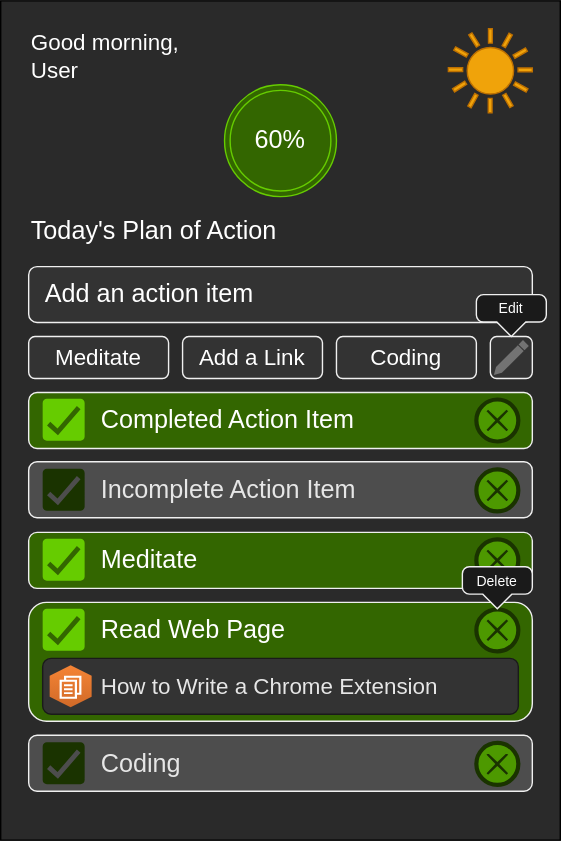
Before: docs/Wireframe.LoFi.drawio.svg, a diagram exported from draw.io (Leif-W/webext-rocket-planner). Source tidied: cells renumbered, new cells last; positions are measured from the earlier drawing's top-left corner, leaving out a move shared by most shapes.
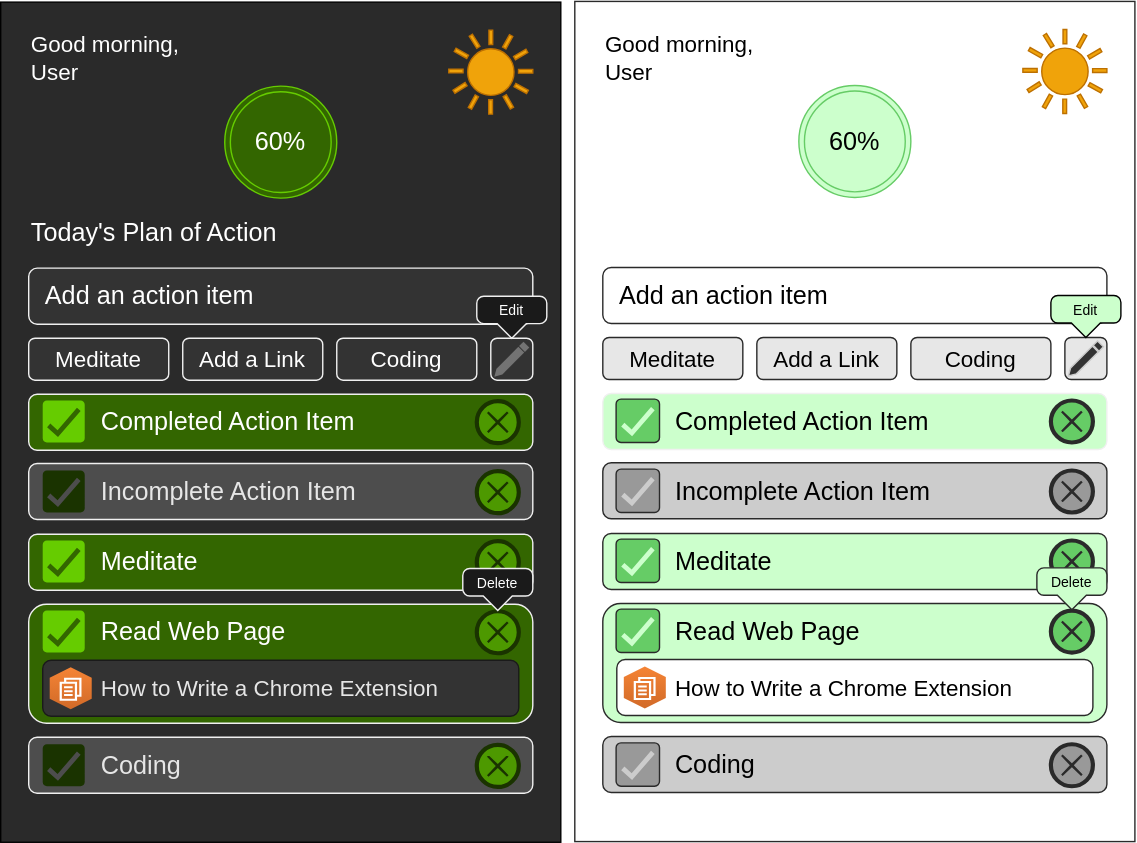
Above is the later version.

Commit message:
Wireframe: Add Light Mode Theme

Diff of the diagram source:
```diff
@@ -125,5 +125,128 @@
     <mxCell id="42" style="shape=mxgraph.bpmn.shape;html=1;verticalLabelPosition=bottom;labelBackgroundColor=none;verticalAlign=top;align=center;perimeter=ellipsePerimeter;outline=end;symbol=cancel;fontSize=18;noLabel=1;fontColor=none;fillColor=#4D9900;strokeColor=#1A3300;" parent="1" vertex="1">
       <mxGeometry x="340" y="530.5" width="30" height="30" as="geometry" />
     </mxCell>
+    <mxCell id="43" style="rounded=0;whiteSpace=wrap;html=1;labelBackgroundColor=none;noLabel=1;fontColor=none;fillColor=#FFFFFF;strokeColor=#2A2A2A;" parent="1" vertex="1">
+      <mxGeometry x="410" y="-0.5" width="400" height="600" as="geometry" />
+    </mxCell>
+    <mxCell id="44" value="Good morning," style="text;html=1;strokeColor=none;fillColor=none;align=left;verticalAlign=middle;whiteSpace=wrap;rounded=0;fontSize=16;fontColor=#000000;" parent="1" vertex="1">
+      <mxGeometry x="430" y="19.5" width="130" height="20" as="geometry" />
+    </mxCell>
+    <mxCell id="45" value="&lt;span style=&quot;font-size: 16px;&quot;&gt;User&lt;/span&gt;" style="text;html=1;strokeColor=none;fillColor=none;align=left;verticalAlign=middle;whiteSpace=wrap;rounded=0;fontSize=16;fontColor=#000000;" parent="1" vertex="1">
+      <mxGeometry x="430" y="39.5" width="130" height="20" as="geometry" />
+    </mxCell>
+    <mxCell id="46" value="60%" style="ellipse;shape=doubleEllipse;whiteSpace=wrap;html=1;labelBackgroundColor=none;fontSize=18;align=center;fillColor=#CCFFCC;fontColor=#000000;strokeColor=#66CC66;" parent="1" vertex="1">
+      <mxGeometry x="570" y="59.5" width="80" height="80" as="geometry" />
+    </mxCell>
+    <mxCell id="47" style="shape=mxgraph.signs.nature.sun_4;fillColor=#f0a30a;strokeColor=#BD7000;verticalLabelPosition=bottom;verticalAlign=top;align=center;labelBackgroundColor=none;fontSize=14;noLabel=1;fontColor=none;" parent="1" vertex="1">
+      <mxGeometry x="730" y="19.5" width="60" height="60" as="geometry" />
+    </mxCell>
+    <mxCell id="48" value="Today's Plan of Action" style="text;html=1;strokeColor=none;fillColor=none;align=left;verticalAlign=middle;whiteSpace=wrap;rounded=0;labelBackgroundColor=none;fontSize=18;fontColor=#FFFFFF;" parent="1" vertex="1">
+      <mxGeometry x="430" y="149.5" width="190" height="30" as="geometry" />
+    </mxCell>
+    <mxCell id="49" style="rounded=1;labelBackgroundColor=none;fontSize=18;align=center;fillColor=#FFFFFF;strokeColor=#2A2A2A;noLabel=1;fontColor=none;" parent="1" vertex="1">
+      <mxGeometry x="430" y="189.5" width="360" height="40" as="geometry" />
+    </mxCell>
+    <mxCell id="50" value="Add an action item" style="text;html=1;strokeColor=none;fillColor=none;align=left;verticalAlign=middle;whiteSpace=wrap;rounded=0;labelBackgroundColor=none;fontSize=18;fontColor=#000000;" parent="1" vertex="1">
+      <mxGeometry x="440" y="199.5" width="340" height="20" as="geometry" />
+    </mxCell>
+    <mxCell id="51" style="rounded=1;labelBackgroundColor=none;fontSize=18;align=center;noLabel=1;fontColor=none;fillColor=#E7E7E7;strokeColor=#2A2A2A;" parent="1" vertex="1">
+      <mxGeometry x="430" y="239.5" width="100" height="30" as="geometry" />
+    </mxCell>
+    <mxCell id="52" value="Meditate" style="text;html=1;strokeColor=none;fillColor=none;align=center;verticalAlign=middle;whiteSpace=wrap;rounded=0;labelBackgroundColor=none;fontSize=16;fontColor=#000000;" parent="1" vertex="1">
+      <mxGeometry x="440" y="244.5" width="80" height="20" as="geometry" />
+    </mxCell>
+    <mxCell id="53" style="rounded=1;labelBackgroundColor=none;fontSize=18;align=center;noLabel=1;fontColor=none;fillColor=#E7E7E7;strokeColor=#2A2A2A;" parent="1" vertex="1">
+      <mxGeometry x="540" y="239.5" width="100" height="30" as="geometry" />
+    </mxCell>
+    <mxCell id="54" value="Add a Link" style="text;html=1;strokeColor=none;fillColor=none;align=center;verticalAlign=middle;whiteSpace=wrap;rounded=0;labelBackgroundColor=none;fontSize=16;fontColor=#000000;" parent="1" vertex="1">
+      <mxGeometry x="550" y="244.5" width="80" height="20" as="geometry" />
+    </mxCell>
+    <mxCell id="55" style="rounded=1;labelBackgroundColor=none;fontSize=18;align=center;noLabel=1;fontColor=none;fillColor=#E7E7E7;strokeColor=#2A2A2A;" parent="1" vertex="1">
+      <mxGeometry x="650" y="239.5" width="100" height="30" as="geometry" />
+    </mxCell>
+    <mxCell id="56" value="Coding" style="text;html=1;strokeColor=none;fillColor=none;align=center;verticalAlign=middle;whiteSpace=wrap;rounded=0;labelBackgroundColor=none;fontSize=16;fontColor=#000000;" parent="1" vertex="1">
+      <mxGeometry x="660" y="244.5" width="80" height="20" as="geometry" />
+    </mxCell>
+    <mxCell id="57" style="rounded=1;labelBackgroundColor=none;fontSize=16;align=center;noLabel=1;verticalAlign=middle;fillColor=#E7E7E7;strokeColor=#2A2A2A;" parent="1" vertex="1">
+      <mxGeometry x="760" y="239.5" width="30" height="30" as="geometry" />
+    </mxCell>
+    <mxCell id="58" style="dashed=0;verticalLabelPosition=bottom;verticalAlign=top;align=center;shape=mxgraph.gmdl.edit;shadow=0;labelBackgroundColor=none;fontSize=16;fillColor=#333333;strokeColor=#CCCCCC;noLabel=1;fontColor=none;" parent="1" vertex="1">
+      <mxGeometry x="762.5" y="242" width="25" height="25" as="geometry" />
+    </mxCell>
+    <mxCell id="59" value="Edit" style="html=1;shadow=0;dashed=0;shape=mxgraph.bootstrap.popover;dx=24.98;dy=10.37;rSize=5;whiteSpace=wrap;verticalAlign=top;spacing=10;fontSize=10;spacingLeft=0;align=center;spacingTop=-10;labelBackgroundColor=none;labelBorderColor=none;strokeColor=#000000;fontColor=#000000;fillColor=#CCFFCC;" parent="1" vertex="1">
+      <mxGeometry x="750" y="209.5" width="50" height="30" as="geometry" />
+    </mxCell>
+    <mxCell id="60" style="rounded=1;labelBackgroundColor=none;fontSize=18;align=center;strokeColor=#F0F0F0;noLabel=1;fontColor=none;fillColor=#CCFFCC;" parent="1" vertex="1">
+      <mxGeometry x="430" y="279.5" width="360" height="40" as="geometry" />
+    </mxCell>
+    <mxCell id="61" style="dashed=0;labelPosition=center;align=center;shape=mxgraph.gmdl.checkbox;strokeWidth=2;labelBackgroundColor=none;fontSize=10;noLabel=1;strokeColor=#2A2A2A;fillColor=#66CC66;verticalLabelPosition=middle;verticalAlign=middle;fontColor=none;" parent="1" vertex="1">
+      <mxGeometry x="440" y="284" width="30" height="30" as="geometry" />
+    </mxCell>
+    <mxCell id="62" style="rounded=1;labelBackgroundColor=none;fontSize=18;align=center;strokeColor=#2A2A2A;fillColor=#CCCCCC;noLabel=1;fontColor=none;" parent="1" vertex="1">
+      <mxGeometry x="430" y="329" width="360" height="40" as="geometry" />
+    </mxCell>
+    <mxCell id="63" style="dashed=0;labelPosition=center;align=center;shape=mxgraph.gmdl.checkbox;strokeWidth=2;labelBackgroundColor=none;fontSize=10;noLabel=1;fontColor=none;strokeColor=#2A2A2A;fillColor=#999999;verticalLabelPosition=middle;verticalAlign=middle;" parent="1" vertex="1">
+      <mxGeometry x="440" y="334" width="30" height="30" as="geometry" />
+    </mxCell>
+    <mxCell id="64" value="Completed Action Item" style="text;html=1;strokeColor=none;fillColor=none;align=left;verticalAlign=middle;whiteSpace=wrap;rounded=0;labelBackgroundColor=none;fontSize=18;fontColor=#000000;" parent="1" vertex="1">
+      <mxGeometry x="480" y="289.5" width="260" height="20" as="geometry" />
+    </mxCell>
+    <mxCell id="65" value="&lt;font&gt;Incomplete Action Item&lt;/font&gt;" style="text;html=1;strokeColor=none;fillColor=none;align=left;verticalAlign=middle;whiteSpace=wrap;rounded=0;labelBackgroundColor=none;fontSize=18;fontColor=#000000;" parent="1" vertex="1">
+      <mxGeometry x="480" y="339.5" width="260" height="20" as="geometry" />
+    </mxCell>
+    <mxCell id="66" style="shape=mxgraph.bpmn.shape;verticalLabelPosition=middle;labelBackgroundColor=none;verticalAlign=middle;align=center;perimeter=ellipsePerimeter;outline=end;symbol=cancel;fontSize=18;noLabel=1;fontColor=none;strokeColor=#2A2A2A;fillColor=#66CC66;labelPosition=center;" parent="1" vertex="1">
+      <mxGeometry x="750" y="284.5" width="30" height="30" as="geometry" />
+    </mxCell>
+    <mxCell id="67" style="shape=mxgraph.bpmn.shape;verticalLabelPosition=middle;labelBackgroundColor=none;verticalAlign=middle;align=center;perimeter=ellipsePerimeter;outline=end;symbol=cancel;fontSize=18;noLabel=1;fontColor=none;strokeColor=#2A2A2A;fillColor=#999999;labelPosition=center;" parent="1" vertex="1">
+      <mxGeometry x="750" y="334.5" width="30" height="30" as="geometry" />
+    </mxCell>
+    <mxCell id="68" style="rounded=1;labelBackgroundColor=none;fontSize=18;align=center;noLabel=1;fontColor=none;strokeColor=#2A2A2A;fillColor=#CCFFCC;" parent="1" vertex="1">
+      <mxGeometry x="430" y="379.5" width="360" height="40" as="geometry" />
+    </mxCell>
+    <mxCell id="69" style="dashed=0;labelPosition=center;align=center;shape=mxgraph.gmdl.checkbox;strokeWidth=2;labelBackgroundColor=none;fontSize=10;noLabel=1;fontColor=none;verticalLabelPosition=middle;verticalAlign=middle;strokeColor=#2A2A2A;fillColor=#66CC66;" parent="1" vertex="1">
+      <mxGeometry x="440" y="384" width="30" height="30" as="geometry" />
+    </mxCell>
+    <mxCell id="70" value="Meditate" style="text;html=1;strokeColor=none;fillColor=none;align=left;verticalAlign=middle;whiteSpace=wrap;rounded=0;labelBackgroundColor=none;fontSize=18;fontColor=#000000;" parent="1" vertex="1">
+      <mxGeometry x="480" y="389.5" width="260" height="20" as="geometry" />
+    </mxCell>
+    <mxCell id="71" style="shape=mxgraph.bpmn.shape;verticalLabelPosition=middle;labelBackgroundColor=none;verticalAlign=middle;align=center;perimeter=ellipsePerimeter;outline=end;symbol=cancel;fontSize=18;noLabel=1;fontColor=none;labelPosition=center;strokeColor=#2A2A2A;fillColor=#66CC66;" parent="1" vertex="1">
+      <mxGeometry x="750" y="384.5" width="30" height="30" as="geometry" />
+    </mxCell>
+    <mxCell id="72" style="rounded=1;labelBackgroundColor=none;fontSize=18;align=center;noLabel=1;fontColor=none;strokeColor=#2A2A2A;fillColor=#CCFFCC;" parent="1" vertex="1">
+      <mxGeometry x="430" y="429.5" width="360" height="85" as="geometry" />
+    </mxCell>
+    <mxCell id="73" style="dashed=0;labelPosition=center;align=center;shape=mxgraph.gmdl.checkbox;strokeWidth=2;labelBackgroundColor=none;fontSize=10;noLabel=1;fontColor=none;verticalLabelPosition=middle;verticalAlign=middle;strokeColor=#2A2A2A;fillColor=#66CC66;" parent="1" vertex="1">
+      <mxGeometry x="440" y="434" width="30" height="30" as="geometry" />
+    </mxCell>
+    <mxCell id="74" value="Read Web Page" style="text;html=1;strokeColor=none;fillColor=none;align=left;verticalAlign=middle;whiteSpace=wrap;rounded=0;labelBackgroundColor=none;fontSize=18;fontColor=#000000;" parent="1" vertex="1">
+      <mxGeometry x="480" y="439.5" width="260" height="20" as="geometry" />
+    </mxCell>
+    <mxCell id="75" style="shape=mxgraph.bpmn.shape;verticalLabelPosition=middle;labelBackgroundColor=none;verticalAlign=middle;align=center;perimeter=ellipsePerimeter;outline=end;symbol=cancel;fontSize=18;noLabel=1;fontColor=none;labelPosition=center;strokeColor=#2A2A2A;fillColor=#66CC66;" parent="1" vertex="1">
+      <mxGeometry x="750" y="434.5" width="30" height="30" as="geometry" />
+    </mxCell>
+    <mxCell id="76" style="rounded=1;labelBackgroundColor=none;fontSize=18;align=center;noLabel=1;fontColor=none;strokeColor=#2A2A2A;fillColor=#FFFFFF;" parent="1" vertex="1">
+      <mxGeometry x="440" y="469.5" width="340" height="40" as="geometry" />
+    </mxCell>
+    <mxCell id="77" value="How to Write a Chrome Extension" style="text;html=1;strokeColor=none;fillColor=none;align=left;verticalAlign=middle;whiteSpace=wrap;rounded=0;labelBackgroundColor=none;fontSize=16;fontColor=#000000;" parent="1" vertex="1">
+      <mxGeometry x="480" y="479.5" width="290" height="20" as="geometry" />
+    </mxCell>
+    <mxCell id="78" style="dashed=0;verticalLabelPosition=middle;verticalAlign=middle;align=center;shape=mxgraph.aws3.workdocs;fillColor=#D16A28;gradientColor=#F58435;gradientDirection=north;labelBackgroundColor=none;strokeColor=#1A1A1A;fontSize=16;labelPosition=center;noLabel=1;fontColor=none;" parent="1" vertex="1">
+      <mxGeometry x="445" y="474.5" width="30" height="30" as="geometry" />
+    </mxCell>
+    <mxCell id="79" value="Delete" style="html=1;shadow=0;dashed=0;shape=mxgraph.bootstrap.popover;dx=24.98;dy=10.37;rSize=5;whiteSpace=wrap;verticalAlign=top;spacing=10;fontSize=10;spacingLeft=0;align=center;spacingTop=-10;labelBackgroundColor=none;labelBorderColor=none;fontColor=#000000;fillColor=#CCFFCC;strokeColor=#2A2A2A;" parent="1" vertex="1">
+      <mxGeometry x="740" y="404" width="50" height="30" as="geometry" />
+    </mxCell>
+    <mxCell id="80" style="rounded=1;labelBackgroundColor=none;fontSize=18;align=center;noLabel=1;fontColor=none;strokeColor=#2A2A2A;fillColor=#CCCCCC;" parent="1" vertex="1">
+      <mxGeometry x="430" y="524.5" width="360" height="40" as="geometry" />
+    </mxCell>
+    <mxCell id="81" style="dashed=0;labelPosition=center;align=center;shape=mxgraph.gmdl.checkbox;strokeWidth=2;labelBackgroundColor=none;fontSize=10;noLabel=1;fontColor=none;fillColor=#999999;verticalLabelPosition=middle;verticalAlign=middle;strokeColor=#2A2A2A;" parent="1" vertex="1">
+      <mxGeometry x="440" y="529.5" width="30" height="30" as="geometry" />
+    </mxCell>
+    <mxCell id="82" value="&lt;font&gt;Coding&lt;/font&gt;" style="text;html=1;strokeColor=none;fillColor=none;align=left;verticalAlign=middle;whiteSpace=wrap;rounded=0;labelBackgroundColor=none;fontSize=18;fontColor=#000000;" parent="1" vertex="1">
+      <mxGeometry x="480" y="535" width="260" height="20" as="geometry" />
+    </mxCell>
+    <mxCell id="83" style="shape=mxgraph.bpmn.shape;verticalLabelPosition=middle;labelBackgroundColor=none;verticalAlign=middle;align=center;perimeter=ellipsePerimeter;outline=end;symbol=cancel;fontSize=18;noLabel=1;fontColor=none;fillColor=#999999;strokeColor=#2A2A2A;labelPosition=center;" parent="1" vertex="1">
+      <mxGeometry x="750" y="530" width="30" height="30" as="geometry" />
+    </mxCell>
   </root>
 </mxGraphModel>
```
